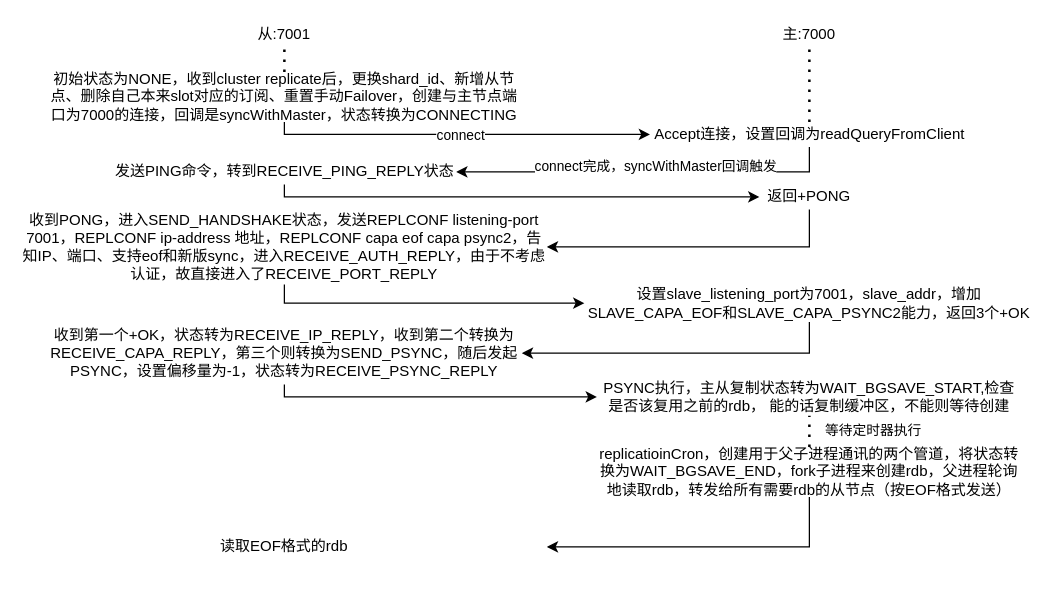
This is cluster-replication.drawio from Afeather2017/Afeather-Flowcharts, a draw.io file, before an edit. Source tidied: cells renumbered, new cells numbered last; positions are measured from the earlier drawing's top-left corner, leaving out a move shared by most shapes. Both pictures are drawn from the tidied source at 125%, with x=0, y=0 at pixel (21, 21).
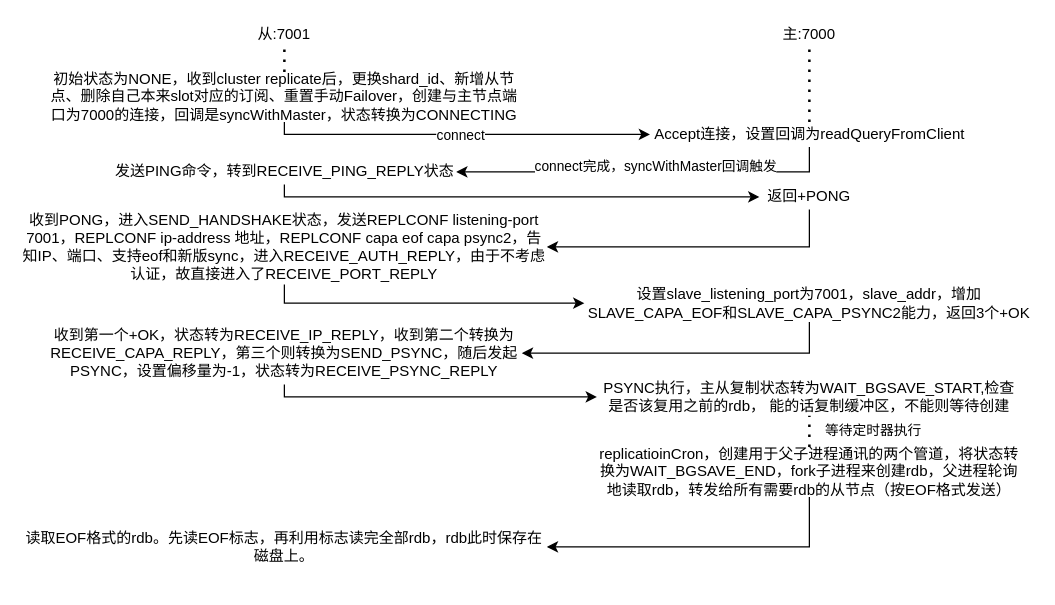
The same page after the edit.

Diff of the diagram source:
```diff
@@
-    <mxCell id="27" value="读取EOF格式的rdb" style="text;html=1;align=center;verticalAlign=middle;whiteSpace=wrap;rounded=0;" parent="1" vertex="1">
+    <mxCell id="27" value="读取EOF格式的rdb。先读EOF标志，再利用标志读完全部rdb，rdb此时保存在磁盘上。" style="text;html=1;align=center;verticalAlign=middle;whiteSpace=wrap;rounded=0;" parent="1" vertex="1">
       <mxGeometry y="390" width="420" height="60" as="geometry" />
     </mxCell>
```
